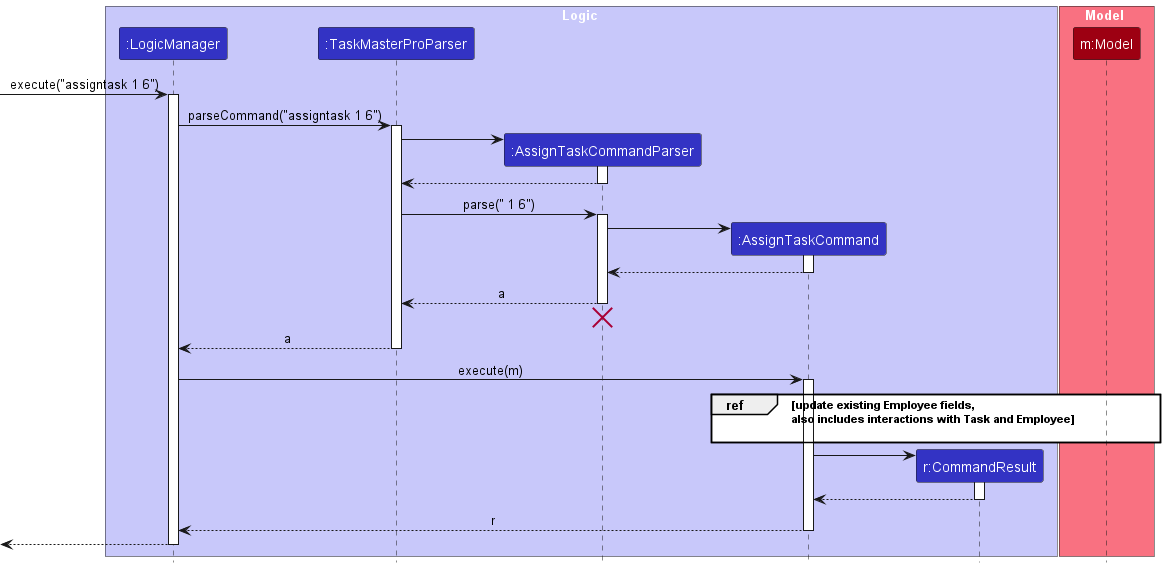
The PlantUML diagram docs/images/AssignTaskSequenceDiagram.png in nus-cs2103-AY2324S2/tp, before a commit. The source it was exported from:
```plantuml
@startuml
!include style.puml
skinparam ArrowFontStyle plain

box Logic LOGIC_COLOR_T1
participant ":LogicManager" as LogicManager LOGIC_COLOR
participant ":TaskMasterProParser" as TaskMasterProParser LOGIC_COLOR
participant ":AssignTaskCommandParser" as AssignTaskCommandParser LOGIC_COLOR
participant ":AssignTaskCommand" as AssignTaskCommand LOGIC_COLOR
participant "r:CommandResult" as CommandResult LOGIC_COLOR
end box

box Model MODEL_COLOR_T1
participant "m:Model" as Model MODEL_COLOR
end box

[-> LogicManager : execute("assigntask 1 6")
activate LogicManager

LogicManager -> TaskMasterProParser : parseCommand("assigntask 1 6")
activate TaskMasterProParser

create AssignTaskCommandParser
TaskMasterProParser -> AssignTaskCommandParser
activate AssignTaskCommandParser

AssignTaskCommandParser --> TaskMasterProParser
deactivate AssignTaskCommandParser

TaskMasterProParser -> AssignTaskCommandParser : parse(" 1 6")
activate AssignTaskCommandParser

create AssignTaskCommand
AssignTaskCommandParser -> AssignTaskCommand
activate AssignTaskCommand

AssignTaskCommand --> AssignTaskCommandParser :
deactivate AssignTaskCommand

AssignTaskCommandParser --> TaskMasterProParser : a
deactivate AssignTaskCommandParser
AssignTaskCommandParser -[hidden]-> TaskMasterProParser
destroy AssignTaskCommandParser

TaskMasterProParser --> LogicManager : a
deactivate TaskMasterProParser

LogicManager -> AssignTaskCommand : execute(m)
activate AssignTaskCommand


group ref [update existing Employee fields,\nalso includes interactions with Task and Employee]
AssignTaskCommand -[hidden]-> Model
end


create CommandResult
AssignTaskCommand -> CommandResult
activate CommandResult

CommandResult --> AssignTaskCommand
deactivate CommandResult

AssignTaskCommand --> LogicManager : r
deactivate AssignTaskCommand

[<--LogicManager
deactivate LogicManager
@enduml
```
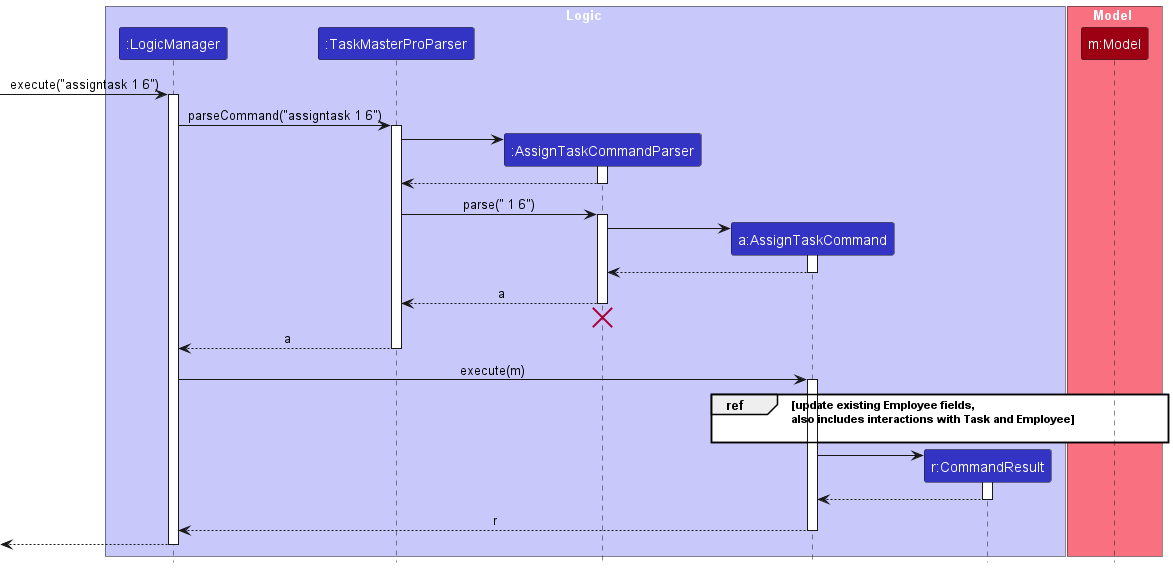
The same file after the commit.

Commit message:
Fix minor error to show object name

Initially, it was :AssignTaskCommand. I corrected it to
a:AssignTaskCommand.

The edit, as a diff of the source:
```diff
@@ -6,7 +6,7 @@
 participant ":LogicManager" as LogicManager LOGIC_COLOR
 participant ":TaskMasterProParser" as TaskMasterProParser LOGIC_COLOR
 participant ":AssignTaskCommandParser" as AssignTaskCommandParser LOGIC_COLOR
-participant ":AssignTaskCommand" as AssignTaskCommand LOGIC_COLOR
+participant "a:AssignTaskCommand" as AssignTaskCommand LOGIC_COLOR
 participant "r:CommandResult" as CommandResult LOGIC_COLOR
 end box
 
```
